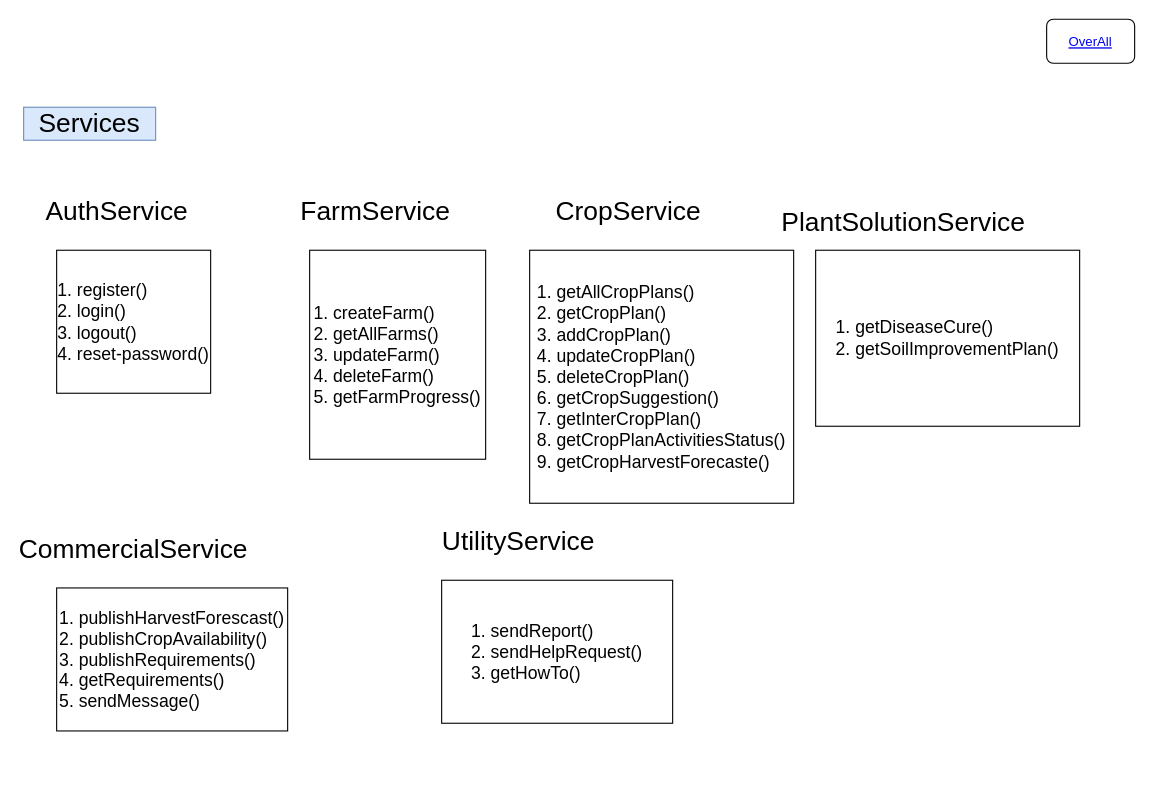
This is page "FMS-Frontend" (9 of 14) of Agroconnect.drawio from ramprasad2018/agconnect, a draw.io file, before an edit. Source tidied: cells renumbered, new cells numbered last; positions are measured from the earlier drawing's top-left corner, leaving out a move shared by most shapes. Both pictures are drawn from the tidied source at 110%, with x=0, y=0 at pixel (23, 19).
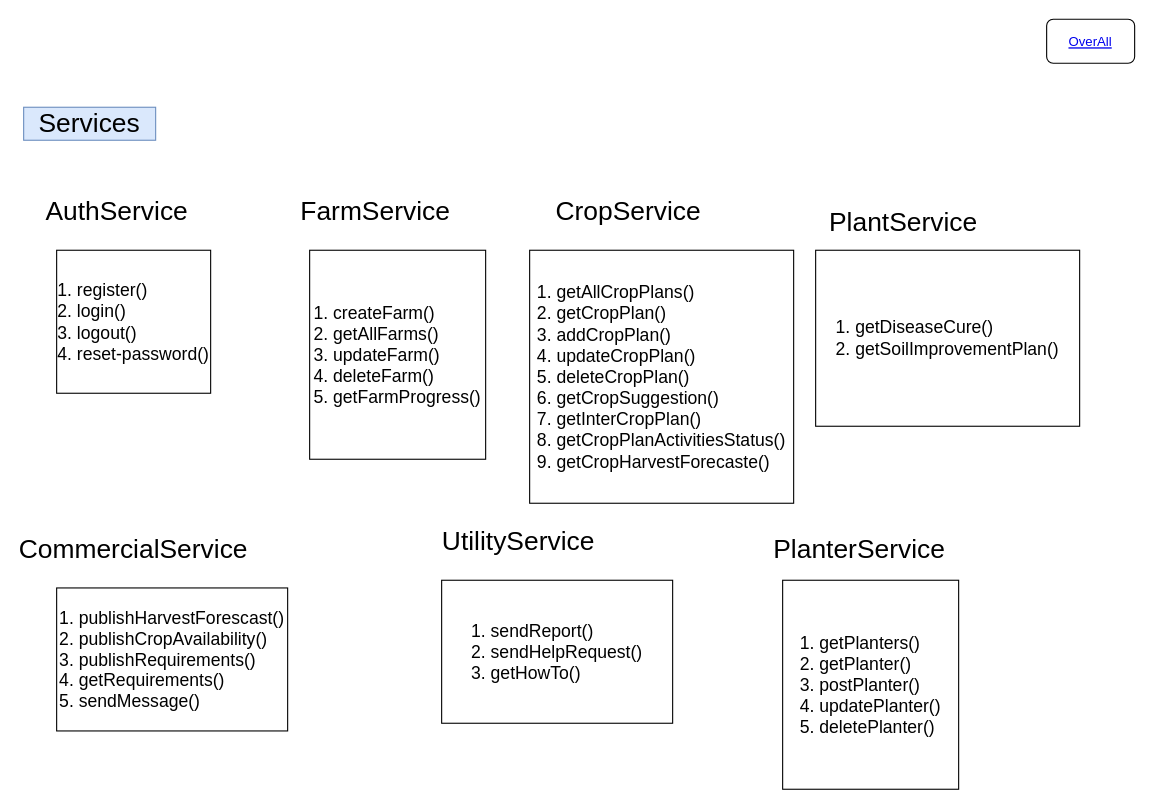
The same diagram, later.

Diff of the diagram source:
```diff
@@
 <mxGraphModel>
   <root>
     <mxCell id="0" />
     <mxCell id="1" parent="0" />
     <mxCell id="2" value="OverAll" style="fontColor=#0000EE;fontStyle=4;rounded=1;overflow=hidden;spacing=10;" parent="1" vertex="1">
       <mxGeometry x="930" width="80" height="40" as="geometry" />
     </mxCell>
     <mxCell id="3" value="&lt;font style=&quot;font-size: 24px;&quot;&gt;FarmService&lt;/font&gt;" style="text;strokeColor=none;align=center;fillColor=none;html=1;verticalAlign=middle;whiteSpace=wrap;rounded=0;" parent="1" vertex="1">
       <mxGeometry x="260" y="160" width="120" height="30" as="geometry" />
     </mxCell>
     <mxCell id="4" value="&lt;font style=&quot;font-size: 24px;&quot;&gt;Services&lt;/font&gt;" style="text;strokeColor=#6c8ebf;align=center;fillColor=#dae8fc;html=1;verticalAlign=middle;whiteSpace=wrap;rounded=0;" parent="1" vertex="1">
       <mxGeometry y="80" width="120" height="30" as="geometry" />
     </mxCell>
     <mxCell id="5" value="&lt;font style=&quot;font-size: 24px;&quot;&gt;AuthService&lt;/font&gt;" style="text;strokeColor=none;align=center;fillColor=none;html=1;verticalAlign=middle;whiteSpace=wrap;rounded=0;" parent="1" vertex="1">
       <mxGeometry x="10" y="160" width="150" height="30" as="geometry" />
     </mxCell>
-    <mxCell id="6" value="&lt;span style=&quot;font-size: 24px;&quot;&gt;PlantSolutionService&lt;/span&gt;" style="text;strokeColor=none;align=center;fillColor=none;html=1;verticalAlign=middle;whiteSpace=wrap;rounded=0;" parent="1" vertex="1">
+    <mxCell id="6" value="&lt;span style=&quot;font-size: 24px;&quot;&gt;PlantService&lt;/span&gt;" style="text;strokeColor=none;align=center;fillColor=none;html=1;verticalAlign=middle;whiteSpace=wrap;rounded=0;" parent="1" vertex="1">
       <mxGeometry x="740" y="170" width="120" height="30" as="geometry" />
     </mxCell>
     <mxCell id="7" value="&lt;font style=&quot;font-size: 24px;&quot;&gt;CropService&lt;/font&gt;" style="text;strokeColor=none;align=center;fillColor=none;html=1;verticalAlign=middle;whiteSpace=wrap;rounded=0;" parent="1" vertex="1">
       <mxGeometry x="490" y="160" width="120" height="30" as="geometry" />
     </mxCell>
     <mxCell id="8" value="&lt;div style=&quot;text-align: left; font-size: 16px;&quot;&gt;&lt;span style=&quot;background-color: initial;&quot;&gt;&lt;font style=&quot;font-size: 16px;&quot;&gt;1. register()&lt;/font&gt;&lt;/span&gt;&lt;/div&gt;&lt;div style=&quot;text-align: left; font-size: 16px;&quot;&gt;&lt;span style=&quot;background-color: initial;&quot;&gt;&lt;font style=&quot;font-size: 16px;&quot;&gt;2. login()&lt;/font&gt;&lt;/span&gt;&lt;/div&gt;&lt;div style=&quot;text-align: left; font-size: 16px;&quot;&gt;&lt;span style=&quot;background-color: initial;&quot;&gt;&lt;font style=&quot;font-size: 16px;&quot;&gt;3. logout()&lt;/font&gt;&lt;/span&gt;&lt;/div&gt;&lt;div style=&quot;text-align: left; font-size: 16px;&quot;&gt;&lt;span style=&quot;background-color: initial;&quot;&gt;&lt;font style=&quot;font-size: 16px;&quot;&gt;4. reset-password()&lt;/font&gt;&lt;/span&gt;&lt;/div&gt;" style="whiteSpace=wrap;html=1;" parent="1" vertex="1">
       <mxGeometry x="30" y="210" width="140" height="130" as="geometry" />
     </mxCell>
     <mxCell id="9" value="&lt;div style=&quot;text-align: left; font-size: 16px;&quot;&gt;&lt;span style=&quot;background-color: initial;&quot;&gt;&lt;font style=&quot;font-size: 16px;&quot;&gt;1. createFarm()&lt;/font&gt;&lt;/span&gt;&lt;/div&gt;&lt;div style=&quot;text-align: left; font-size: 16px;&quot;&gt;&lt;span style=&quot;background-color: initial;&quot;&gt;&lt;font style=&quot;font-size: 16px;&quot;&gt;2. getAllFarms()&lt;/font&gt;&lt;/span&gt;&lt;/div&gt;&lt;div style=&quot;text-align: left; font-size: 16px;&quot;&gt;&lt;span style=&quot;background-color: initial;&quot;&gt;&lt;font style=&quot;font-size: 16px;&quot;&gt;3. updateFarm()&lt;/font&gt;&lt;/span&gt;&lt;/div&gt;&lt;div style=&quot;text-align: left; font-size: 16px;&quot;&gt;&lt;span style=&quot;background-color: initial;&quot;&gt;&lt;font style=&quot;font-size: 16px;&quot;&gt;4. deleteFarm()&lt;/font&gt;&lt;/span&gt;&lt;/div&gt;&lt;div style=&quot;text-align: left; font-size: 16px;&quot;&gt;&lt;span style=&quot;background-color: initial;&quot;&gt;&lt;font style=&quot;font-size: 16px;&quot;&gt;5. getFarmProgress()&lt;/font&gt;&lt;/span&gt;&lt;/div&gt;" style="whiteSpace=wrap;html=1;" parent="1" vertex="1">
       <mxGeometry x="260" y="210" width="160" height="190" as="geometry" />
     </mxCell>
     <mxCell id="10" value="&lt;div style=&quot;text-align: left; font-size: 16px;&quot;&gt;&lt;span style=&quot;background-color: initial;&quot;&gt;&lt;font style=&quot;font-size: 16px;&quot;&gt;1. getAllCropPlans()&lt;/font&gt;&lt;/span&gt;&lt;/div&gt;&lt;div style=&quot;text-align: left; font-size: 16px;&quot;&gt;&lt;span style=&quot;background-color: initial;&quot;&gt;&lt;font style=&quot;font-size: 16px;&quot;&gt;2. getCropPlan()&lt;/font&gt;&lt;/span&gt;&lt;/div&gt;&lt;div style=&quot;text-align: left; font-size: 16px;&quot;&gt;&lt;span style=&quot;background-color: initial;&quot;&gt;&lt;font style=&quot;font-size: 16px;&quot;&gt;3. addCropPlan()&lt;/font&gt;&lt;/span&gt;&lt;/div&gt;&lt;div style=&quot;text-align: left; font-size: 16px;&quot;&gt;&lt;span style=&quot;background-color: initial;&quot;&gt;&lt;font style=&quot;font-size: 16px;&quot;&gt;4. updateCropPlan()&lt;/font&gt;&lt;/span&gt;&lt;/div&gt;&lt;div style=&quot;text-align: left; font-size: 16px;&quot;&gt;&lt;span style=&quot;background-color: initial;&quot;&gt;&lt;font style=&quot;font-size: 16px;&quot;&gt;5. deleteCropPlan()&lt;/font&gt;&lt;/span&gt;&lt;/div&gt;&lt;div style=&quot;text-align: left; font-size: 16px;&quot;&gt;&lt;span style=&quot;background-color: initial;&quot;&gt;&lt;font style=&quot;font-size: 16px;&quot;&gt;6. getCropSuggestion()&lt;/font&gt;&lt;/span&gt;&lt;/div&gt;&lt;div style=&quot;text-align: left; font-size: 16px;&quot;&gt;&lt;span style=&quot;background-color: initial;&quot;&gt;&lt;font style=&quot;font-size: 16px;&quot;&gt;7. getInterCropPlan()&lt;/font&gt;&lt;/span&gt;&lt;/div&gt;&lt;div style=&quot;text-align: left; font-size: 16px;&quot;&gt;&lt;span style=&quot;background-color: initial;&quot;&gt;&lt;font style=&quot;font-size: 16px;&quot;&gt;8. getCropPlanActivitiesStatus()&lt;/font&gt;&lt;/span&gt;&lt;/div&gt;&lt;div style=&quot;text-align: left; font-size: 16px;&quot;&gt;&lt;span style=&quot;background-color: initial;&quot;&gt;&lt;font style=&quot;font-size: 16px;&quot;&gt;9. getCropHarvestForecaste()&lt;/font&gt;&lt;/span&gt;&lt;/div&gt;" style="whiteSpace=wrap;html=1;" parent="1" vertex="1">
       <mxGeometry x="460" y="210" width="240" height="230" as="geometry" />
     </mxCell>
     <mxCell id="11" value="&lt;div style=&quot;text-align: left; font-size: 16px;&quot;&gt;&lt;span style=&quot;background-color: initial;&quot;&gt;&lt;font style=&quot;font-size: 16px;&quot;&gt;1. getDiseaseCure()&lt;/font&gt;&lt;/span&gt;&lt;/div&gt;&lt;div style=&quot;text-align: left; font-size: 16px;&quot;&gt;&lt;span style=&quot;background-color: initial;&quot;&gt;&lt;font style=&quot;font-size: 16px;&quot;&gt;2. getSoilImprovementPlan()&lt;br&gt;&lt;/font&gt;&lt;/span&gt;&lt;/div&gt;" style="whiteSpace=wrap;html=1;" parent="1" vertex="1">
       <mxGeometry x="720" y="210" width="240" height="160" as="geometry" />
     </mxCell>
     <mxCell id="12" value="&lt;font style=&quot;font-size: 24px;&quot;&gt;CommercialService&lt;/font&gt;" style="text;strokeColor=none;align=center;fillColor=none;html=1;verticalAlign=middle;whiteSpace=wrap;rounded=0;" parent="1" vertex="1">
       <mxGeometry x="40" y="467" width="120" height="30" as="geometry" />
     </mxCell>
     <mxCell id="13" value="&lt;div style=&quot;text-align: left; font-size: 16px;&quot;&gt;&lt;span style=&quot;background-color: initial;&quot;&gt;&lt;font style=&quot;font-size: 16px;&quot;&gt;1. publishHarvestForescast()&lt;/font&gt;&lt;/span&gt;&lt;/div&gt;&lt;div style=&quot;text-align: left; font-size: 16px;&quot;&gt;&lt;span style=&quot;background-color: initial;&quot;&gt;&lt;font style=&quot;font-size: 16px;&quot;&gt;2. publishCropAvailability()&lt;/font&gt;&lt;/span&gt;&lt;/div&gt;&lt;div style=&quot;text-align: left; font-size: 16px;&quot;&gt;&lt;span style=&quot;background-color: initial;&quot;&gt;&lt;font style=&quot;font-size: 16px;&quot;&gt;3. publishRequirements()&lt;/font&gt;&lt;/span&gt;&lt;/div&gt;&lt;div style=&quot;text-align: left; font-size: 16px;&quot;&gt;&lt;span style=&quot;background-color: initial;&quot;&gt;&lt;font style=&quot;font-size: 16px;&quot;&gt;4. getRequirements()&lt;/font&gt;&lt;/span&gt;&lt;/div&gt;&lt;div style=&quot;text-align: left; font-size: 16px;&quot;&gt;&lt;span style=&quot;background-color: initial;&quot;&gt;&lt;font style=&quot;font-size: 16px;&quot;&gt;5. sendMessage()&lt;/font&gt;&lt;/span&gt;&lt;/div&gt;" style="whiteSpace=wrap;html=1;" parent="1" vertex="1">
       <mxGeometry x="30" y="517" width="210" height="130" as="geometry" />
     </mxCell>
     <mxCell id="14" value="&lt;font style=&quot;font-size: 24px;&quot;&gt;UtilityService&lt;/font&gt;" style="text;strokeColor=none;align=center;fillColor=none;html=1;verticalAlign=middle;whiteSpace=wrap;rounded=0;" parent="1" vertex="1">
       <mxGeometry x="390" y="460" width="120" height="30" as="geometry" />
     </mxCell>
     <mxCell id="15" value="&lt;div style=&quot;text-align: left; font-size: 16px;&quot;&gt;&lt;span style=&quot;background-color: initial;&quot;&gt;&lt;font style=&quot;font-size: 16px;&quot;&gt;1. sendReport()&lt;/font&gt;&lt;/span&gt;&lt;/div&gt;&lt;div style=&quot;text-align: left; font-size: 16px;&quot;&gt;&lt;span style=&quot;background-color: initial;&quot;&gt;&lt;font style=&quot;font-size: 16px;&quot;&gt;2. sendHelpRequest()&lt;/font&gt;&lt;/span&gt;&lt;/div&gt;&lt;div style=&quot;text-align: left; font-size: 16px;&quot;&gt;&lt;span style=&quot;background-color: initial;&quot;&gt;&lt;font style=&quot;font-size: 16px;&quot;&gt;3. getHowTo()&lt;br&gt;&lt;/font&gt;&lt;/span&gt;&lt;/div&gt;" style="whiteSpace=wrap;html=1;" parent="1" vertex="1">
       <mxGeometry x="380" y="510" width="210" height="130" as="geometry" />
     </mxCell>
+    <mxCell id="16" value="&lt;font style=&quot;font-size: 24px;&quot;&gt;PlanterService&lt;/font&gt;" style="text;strokeColor=none;align=center;fillColor=none;html=1;verticalAlign=middle;whiteSpace=wrap;rounded=0;" parent="1" vertex="1">
+      <mxGeometry x="620" y="457" width="280" height="50" as="geometry" />
+    </mxCell>
+    <mxCell id="17" value="&lt;div style=&quot;text-align: left; font-size: 16px;&quot;&gt;1. getPlanters()&lt;/div&gt;&lt;div style=&quot;text-align: left; font-size: 16px;&quot;&gt;2. getPlanter()&lt;/div&gt;&lt;div style=&quot;text-align: left; font-size: 16px;&quot;&gt;3. postPlanter()&lt;/div&gt;&lt;div style=&quot;text-align: left; font-size: 16px;&quot;&gt;4. updatePlanter()&lt;/div&gt;&lt;div style=&quot;text-align: left; font-size: 16px;&quot;&gt;5. deletePlanter()&lt;/div&gt;" style="whiteSpace=wrap;html=1;" parent="1" vertex="1">
+      <mxGeometry x="690" y="510" width="160" height="190" as="geometry" />
+    </mxCell>
   </root>
 </mxGraphModel>
```
